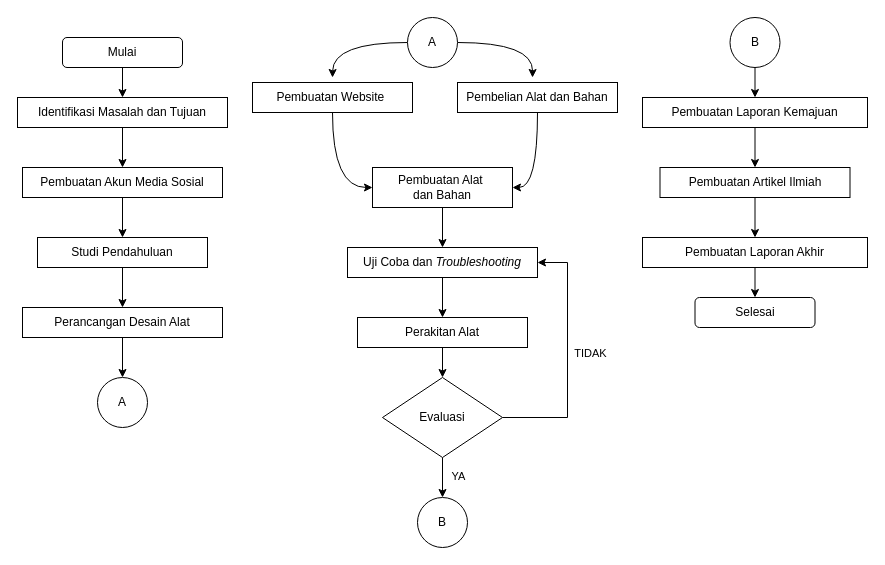
This is Diagram Tanpa Judul.drawio from IYui1/Cafes, a draw.io file, before an edit. Source tidied: cells renumbered, new cells numbered last; positions are measured from the earlier drawing's top-left corner, leaving out a move shared by most shapes. Both pictures are drawn from the tidied source at 100%, with x=0, y=0 at pixel (17, 17).
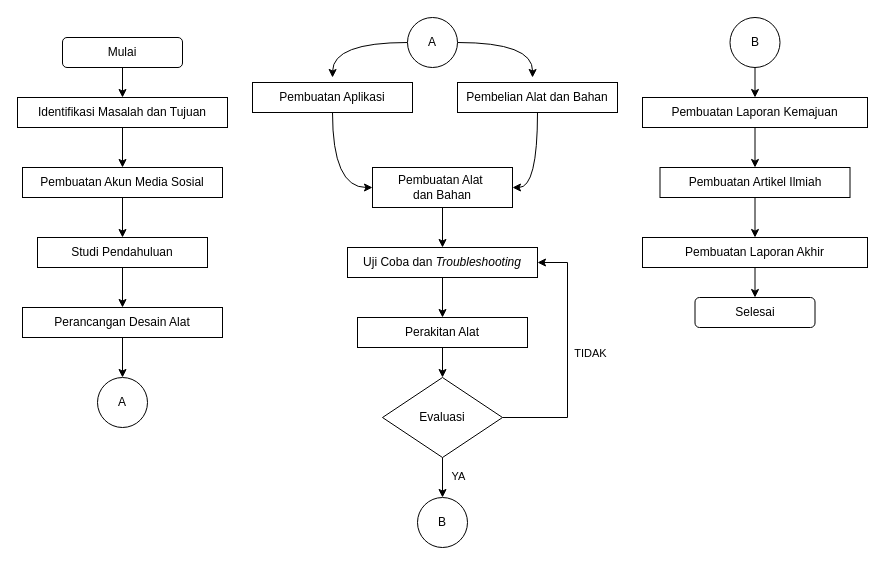
The same page after the edit.

The edit, as a diff of the source:
```diff
@@
-    <mxCell id="17" value="Pembuatan Website&amp;nbsp;" style="rounded=0;whiteSpace=wrap;html=1;" parent="1" vertex="1">
+    <mxCell id="17" value="Pembuatan Aplikasi" style="rounded=0;whiteSpace=wrap;html=1;" parent="1" vertex="1">
       <mxGeometry x="235" y="65" width="160" height="30" as="geometry" />
     </mxCell>
```
